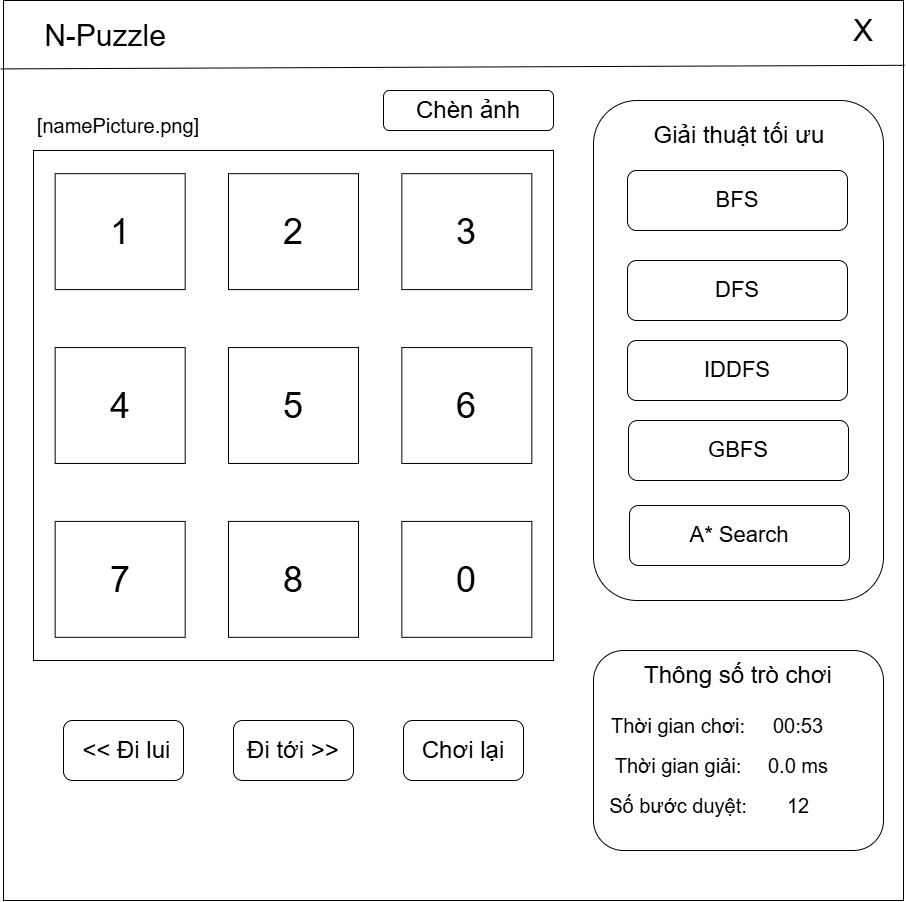
This is assets/wireframe-ui.png from KaitoDeus/N-Puzzle-Game, a draw.io export, as it was before one commit. Source tidied: cells renumbered, new cells last; positions are measured from the earlier drawing's top-left corner, leaving out a move shared by most shapes.
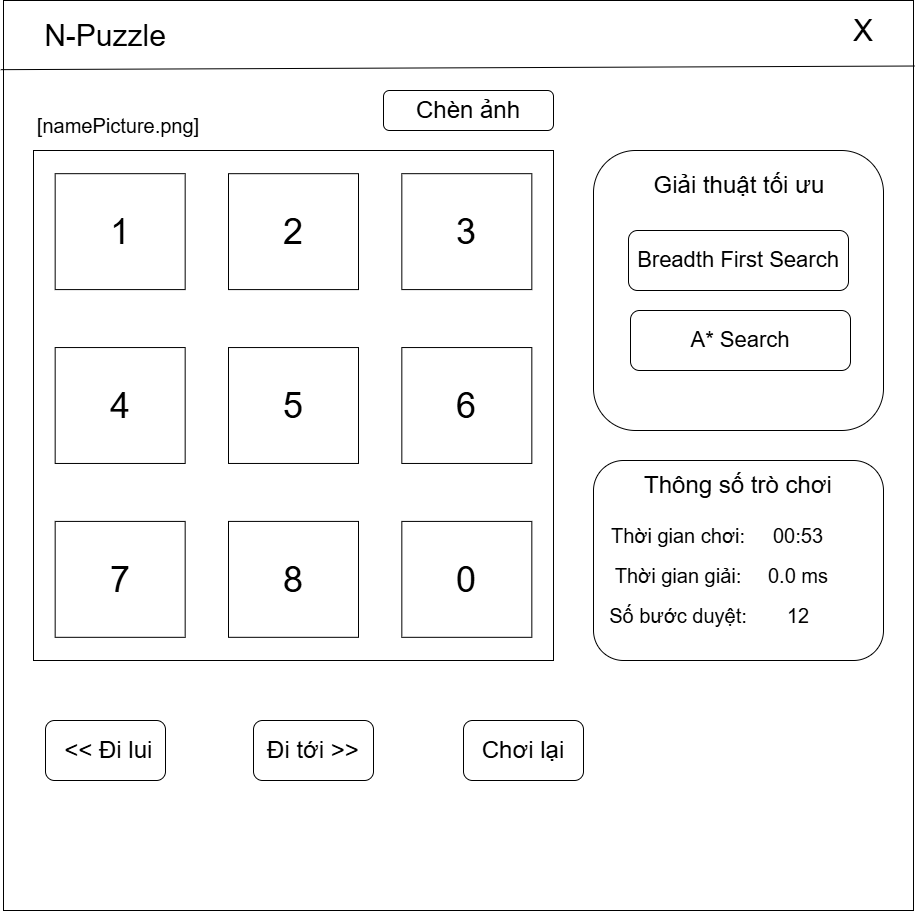
Later version of the same file.

What changed in the source:
```diff
@@ -3,7 +3,7 @@
     <mxCell id="0" />
     <mxCell id="1" parent="0" />
     <mxCell id="2" style="whiteSpace=wrap;html=1;" parent="1" vertex="1">
-      <mxGeometry width="900" height="900" as="geometry" />
+      <mxGeometry width="910" height="910" as="geometry" />
     </mxCell>
     <mxCell id="3" style="endArrow=none;html=1;rounded=0;entryX=1.001;entryY=0.072;entryDx=0;entryDy=0;entryPerimeter=0;exitX=-0.003;exitY=0.076;exitDx=0;exitDy=0;exitPerimeter=0;" parent="1" edge="1" source="2" target="2">
       <mxGeometry relative="1" as="geometry" />
@@ -11,20 +11,14 @@
     <mxCell id="4" value="N-Puzzle" style="text;html=1;whiteSpace=wrap;strokeColor=none;fillColor=none;align=center;verticalAlign=middle;rounded=0;fontSize=30;" parent="1" vertex="1">
       <mxGeometry x="17" y="20" width="170" height="30" as="geometry" />
     </mxCell>
-    <mxCell id="5" style="rounded=1;whiteSpace=wrap;html=1;" parent="1" vertex="1">
-      <mxGeometry x="590" y="100" width="290" height="500" as="geometry" />
-    </mxCell>
-    <mxCell id="6" style="rounded=1;whiteSpace=wrap;html=1;" parent="1" vertex="1">
-      <mxGeometry x="590" y="650" width="290" height="200" as="geometry" />
-    </mxCell>
     <mxCell id="7" value="&amp;nbsp;&amp;lt;&amp;lt; Đi lui" style="rounded=1;whiteSpace=wrap;html=1;fontSize=24;" parent="1" vertex="1">
-      <mxGeometry x="60" y="720" width="120" height="60" as="geometry" />
+      <mxGeometry x="42" y="720" width="120" height="60" as="geometry" />
     </mxCell>
     <mxCell id="8" value="Đi tới &amp;gt;&amp;gt;" style="rounded=1;whiteSpace=wrap;html=1;fontSize=24;" parent="1" vertex="1">
-      <mxGeometry x="230" y="720" width="120" height="60" as="geometry" />
+      <mxGeometry x="250" y="720" width="120" height="60" as="geometry" />
     </mxCell>
     <mxCell id="9" value="Chơi lại" style="rounded=1;whiteSpace=wrap;html=1;fontSize=24;" parent="1" vertex="1">
-      <mxGeometry x="400" y="720" width="120" height="60" as="geometry" />
+      <mxGeometry x="460" y="720" width="120" height="60" as="geometry" />
     </mxCell>
     <mxCell id="10" style="group;fontSize=30;" parent="1" vertex="1">
       <mxGeometry x="30" y="150" width="520" height="510" as="geometry" />
@@ -68,44 +62,47 @@
     <mxCell id="23" value="X" style="text;html=1;whiteSpace=wrap;strokeColor=none;fillColor=none;align=center;verticalAlign=middle;rounded=0;fontSize=30;" parent="1" vertex="1">
       <mxGeometry x="830" y="10" width="60" height="40" as="geometry" />
     </mxCell>
-    <mxCell id="24" value="BFS" style="rounded=1;whiteSpace=wrap;html=1;fontSize=22;" parent="1" vertex="1">
-      <mxGeometry x="624" y="170" width="220" height="60" as="geometry" />
-    </mxCell>
-    <mxCell id="25" value="Giải thuật tối ưu" style="text;html=1;whiteSpace=wrap;strokeColor=none;fillColor=none;align=center;verticalAlign=middle;rounded=0;fontSize=24;" parent="1" vertex="1">
-      <mxGeometry x="646" y="120" width="180" height="30" as="geometry" />
-    </mxCell>
-    <mxCell id="26" value="DFS" style="rounded=1;whiteSpace=wrap;html=1;fontSize=22;" parent="1" vertex="1">
-      <mxGeometry x="624" y="260" width="220" height="60" as="geometry" />
-    </mxCell>
-    <mxCell id="27" value="GBFS" style="rounded=1;whiteSpace=wrap;html=1;fontSize=22;" parent="1" vertex="1">
-      <mxGeometry x="625" y="420" width="220" height="60" as="geometry" />
-    </mxCell>
-    <mxCell id="28" value="IDDFS" style="rounded=1;whiteSpace=wrap;html=1;fontSize=22;" parent="1" vertex="1">
-      <mxGeometry x="624" y="340" width="220" height="60" as="geometry" />
-    </mxCell>
-    <mxCell id="29" value="A* Search" style="rounded=1;whiteSpace=wrap;html=1;fontSize=22;" parent="1" vertex="1">
-      <mxGeometry x="626" y="505" width="220" height="60" as="geometry" />
-    </mxCell>
+    <mxCell id="37" style="group;" parent="1" vertex="1">
+      <mxGeometry x="590" y="460" width="290" height="200" as="geometry" />
+    </mxCell>
+    <mxCell id="6" style="rounded=1;whiteSpace=wrap;html=1;" parent="37" vertex="1">
+      <mxGeometry width="290" height="200" as="geometry" />
+    </mxCell>
-    <mxCell id="30" value="Thông số trò chơi" style="text;html=1;whiteSpace=wrap;strokeColor=none;fillColor=none;align=center;verticalAlign=middle;rounded=0;fontSize=24;" parent="1" vertex="1">
-      <mxGeometry x="627" y="660" width="216" height="30" as="geometry" />
+    <mxCell id="30" value="Thông số trò chơi" style="text;html=1;whiteSpace=wrap;strokeColor=none;fillColor=none;align=center;verticalAlign=middle;rounded=0;fontSize=24;" parent="37" vertex="1">
+      <mxGeometry x="37" y="10" width="216" height="30" as="geometry" />
     </mxCell>
-    <mxCell id="31" value="Thời gian chơi:" style="text;html=1;whiteSpace=wrap;strokeColor=none;fillColor=none;align=center;verticalAlign=middle;rounded=0;fontSize=20;" parent="1" vertex="1">
-      <mxGeometry x="600" y="710" width="150" height="30" as="geometry" />
+    <mxCell id="31" value="Thời gian chơi:" style="text;html=1;whiteSpace=wrap;strokeColor=none;fillColor=none;align=center;verticalAlign=middle;rounded=0;fontSize=20;" parent="37" vertex="1">
+      <mxGeometry x="10" y="60" width="150" height="30" as="geometry" />
     </mxCell>
-    <mxCell id="32" value="Thời gian giải:" style="text;html=1;whiteSpace=wrap;strokeColor=none;fillColor=none;align=center;verticalAlign=middle;rounded=0;fontSize=20;" parent="1" vertex="1">
-      <mxGeometry x="600" y="750" width="150" height="30" as="geometry" />
+    <mxCell id="32" value="Thời gian giải:" style="text;html=1;whiteSpace=wrap;strokeColor=none;fillColor=none;align=center;verticalAlign=middle;rounded=0;fontSize=20;" parent="37" vertex="1">
+      <mxGeometry x="10" y="100" width="150" height="30" as="geometry" />
     </mxCell>
-    <mxCell id="33" value="Số bước duyệt:" style="text;html=1;whiteSpace=wrap;strokeColor=none;fillColor=none;align=center;verticalAlign=middle;rounded=0;fontSize=20;" parent="1" vertex="1">
-      <mxGeometry x="600" y="790" width="150" height="30" as="geometry" />
+    <mxCell id="33" value="Số bước duyệt:" style="text;html=1;whiteSpace=wrap;strokeColor=none;fillColor=none;align=center;verticalAlign=middle;rounded=0;fontSize=20;" parent="37" vertex="1">
+      <mxGeometry x="10" y="140" width="150" height="30" as="geometry" />
     </mxCell>
-    <mxCell id="34" value="00:53" style="text;html=1;whiteSpace=wrap;strokeColor=none;fillColor=none;align=center;verticalAlign=middle;rounded=0;fontSize=20;" parent="1" vertex="1">
-      <mxGeometry x="740" y="710" width="110" height="30" as="geometry" />
+    <mxCell id="34" value="00:53" style="text;html=1;whiteSpace=wrap;strokeColor=none;fillColor=none;align=center;verticalAlign=middle;rounded=0;fontSize=20;" parent="37" vertex="1">
+      <mxGeometry x="150" y="60" width="110" height="30" as="geometry" />
     </mxCell>
-    <mxCell id="35" value="0.0 ms" style="text;html=1;whiteSpace=wrap;strokeColor=none;fillColor=none;align=center;verticalAlign=middle;rounded=0;fontSize=20;" parent="1" vertex="1">
-      <mxGeometry x="740" y="750" width="110" height="30" as="geometry" />
+    <mxCell id="35" value="0.0 ms" style="text;html=1;whiteSpace=wrap;strokeColor=none;fillColor=none;align=center;verticalAlign=middle;rounded=0;fontSize=20;" parent="37" vertex="1">
+      <mxGeometry x="150" y="100" width="110" height="30" as="geometry" />
     </mxCell>
-    <mxCell id="36" value="12" style="text;html=1;whiteSpace=wrap;strokeColor=none;fillColor=none;align=center;verticalAlign=middle;rounded=0;fontSize=20;" parent="1" vertex="1">
-      <mxGeometry x="740" y="790" width="110" height="30" as="geometry" />
+    <mxCell id="36" value="12" style="text;html=1;whiteSpace=wrap;strokeColor=none;fillColor=none;align=center;verticalAlign=middle;rounded=0;fontSize=20;" parent="37" vertex="1">
+      <mxGeometry x="150" y="140" width="110" height="30" as="geometry" />
     </mxCell>
+    <mxCell id="38" style="group;" parent="1" vertex="1">
+      <mxGeometry x="590" y="150" width="290" height="280" as="geometry" />
+    </mxCell>
+    <mxCell id="5" style="rounded=1;whiteSpace=wrap;html=1;" parent="38" vertex="1">
+      <mxGeometry width="290" height="280" as="geometry" />
+    </mxCell>
+    <mxCell id="24" value="Breadth First Search" style="rounded=1;whiteSpace=wrap;html=1;fontSize=22;" parent="38" vertex="1">
+      <mxGeometry x="35" y="80" width="220" height="60" as="geometry" />
+    </mxCell>
+    <mxCell id="25" value="Giải thuật tối ưu" style="text;html=1;whiteSpace=wrap;strokeColor=none;fillColor=none;align=center;verticalAlign=middle;rounded=0;fontSize=24;" parent="38" vertex="1">
+      <mxGeometry x="56" y="20" width="180" height="30" as="geometry" />
+    </mxCell>
+    <mxCell id="29" value="A* Search" style="rounded=1;whiteSpace=wrap;html=1;fontSize=22;" parent="38" vertex="1">
+      <mxGeometry x="37" y="160" width="220" height="60" as="geometry" />
+    </mxCell>
   </root>
 </mxGraphModel>
```
